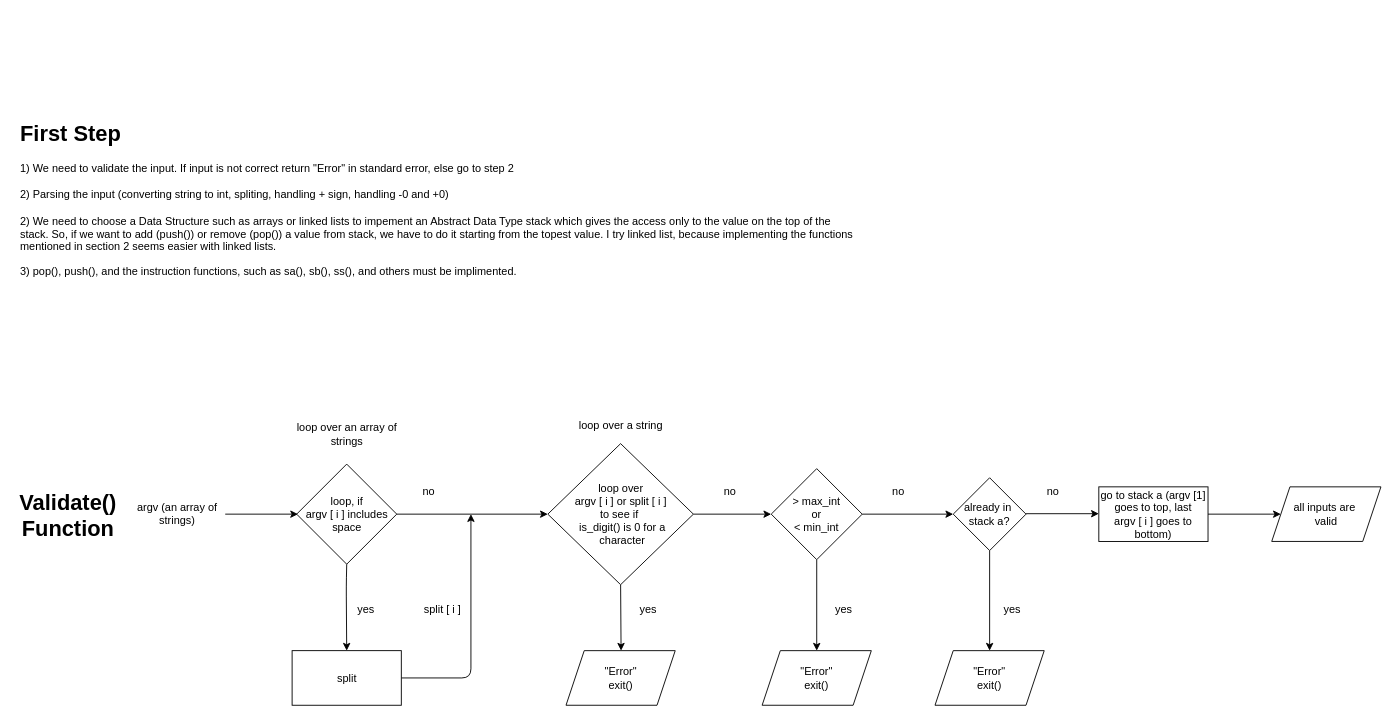
This is push_swap.drawio from farshadahmadian/push_swap, a draw.io file, before an edit. Source tidied: cells renumbered, new cells numbered last; positions are measured from the earlier drawing's top-left corner, leaving out a move shared by most shapes. Both pictures are drawn from the tidied source at 91%, with x=0, y=0 at pixel (15, 97).
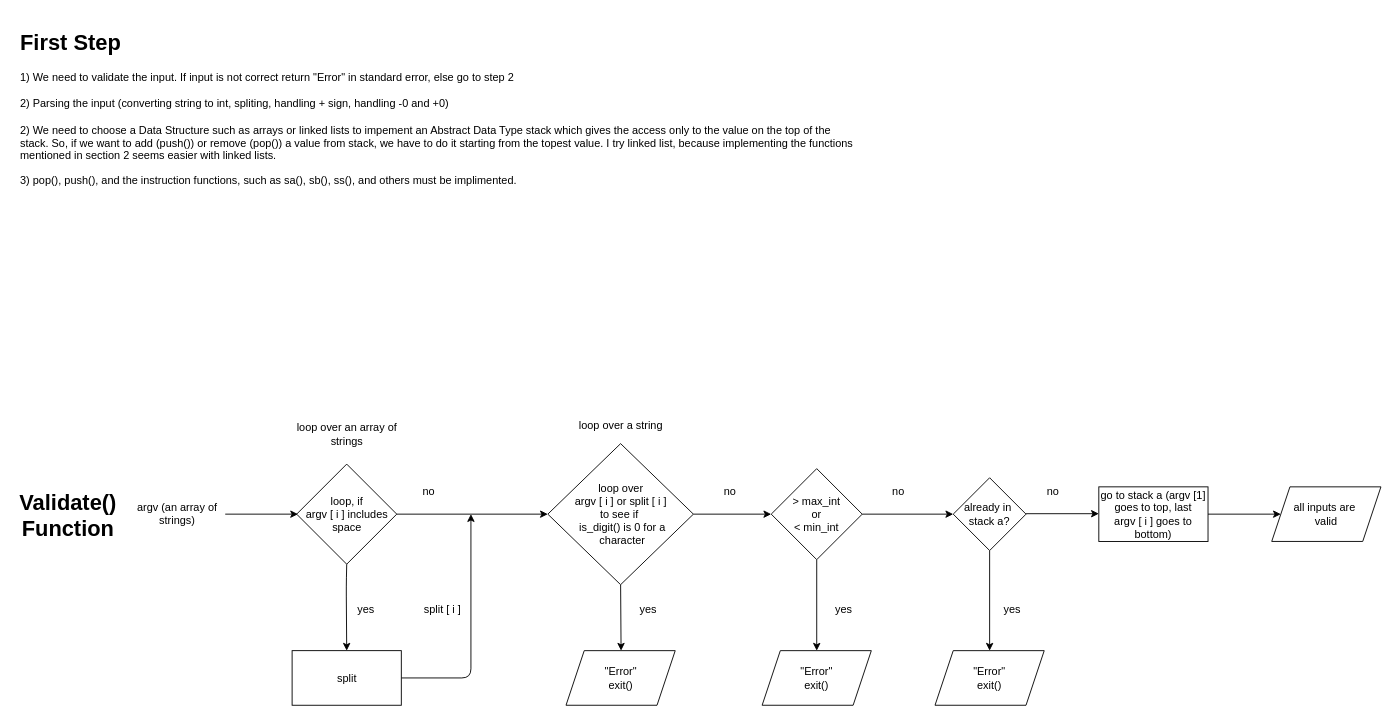
The same diagram, later.

Change to the diagram source:
```diff
@@
-    <mxCell id="2" value="&lt;h1&gt;&lt;br&gt;&lt;/h1&gt;" style="text;html=1;strokeColor=none;fillColor=none;spacing=5;spacingTop=-20;whiteSpace=wrap;overflow=hidden;rounded=0;" parent="1" vertex="1">
-      <mxGeometry x="30" width="190" height="120" as="geometry" />
-    </mxCell>
     <mxCell id="3" value="&lt;h1&gt;First Step&lt;/h1&gt;&lt;div&gt;1) We need to validate the input. If input is not correct return &quot;Error&quot; in standard error, else go to step 2&lt;/div&gt;&lt;div&gt;&lt;br&gt;&lt;/div&gt;&lt;div&gt;2) Parsing the input (converting string to int, spliting, handling + sign, handling -0 and +0)&lt;/div&gt;&lt;div&gt;&lt;br&gt;&lt;/div&gt;&lt;div&gt;2) We need to choose a Data Structure such as arrays or linked lists to impement an Abstract Data Type stack which gives the access only to the value on the top of the stack. So, if we want to add (push()) or remove (pop()) a value from stack, we have to do it starting from the topest value. I try linked list, because implementing the functions mentioned in section 2 seems easier with linked lists.&lt;/div&gt;&lt;p&gt;3) pop(), push(), and the instruction functions, such as sa(), sb(), ss(), and others must be implimented.&lt;/p&gt;" style="text;html=1;strokeColor=none;fillColor=none;spacing=5;spacingTop=-20;whiteSpace=wrap;overflow=hidden;rounded=0;" parent="1" vertex="1">
-      <mxGeometry y="20" width="930" height="280" as="geometry" />
+      <mxGeometry y="-80" width="930" height="280" as="geometry" />
     </mxCell>
```
